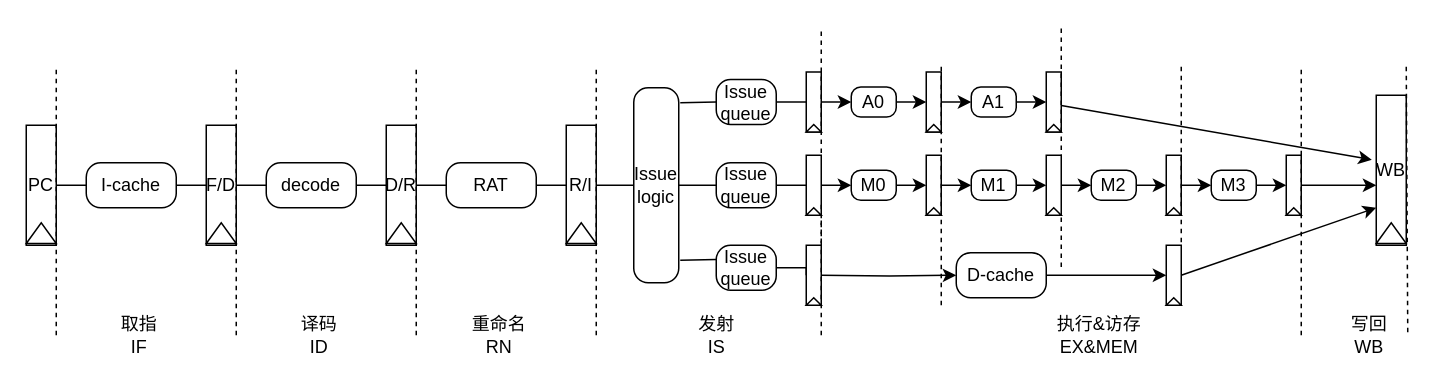
Earlier version of the draw.io diagram page "6-11" (5 of 6) of directory/流水线.drawio (lllwwwooo/draw.io). Source tidied: cells renumbered, new cells numbered last; positions are measured from the earlier drawing's top-left corner, leaving out a move shared by most shapes. Both pictures are drawn from the tidied source at 150%, with x=0, y=0 at pixel (26, 26).
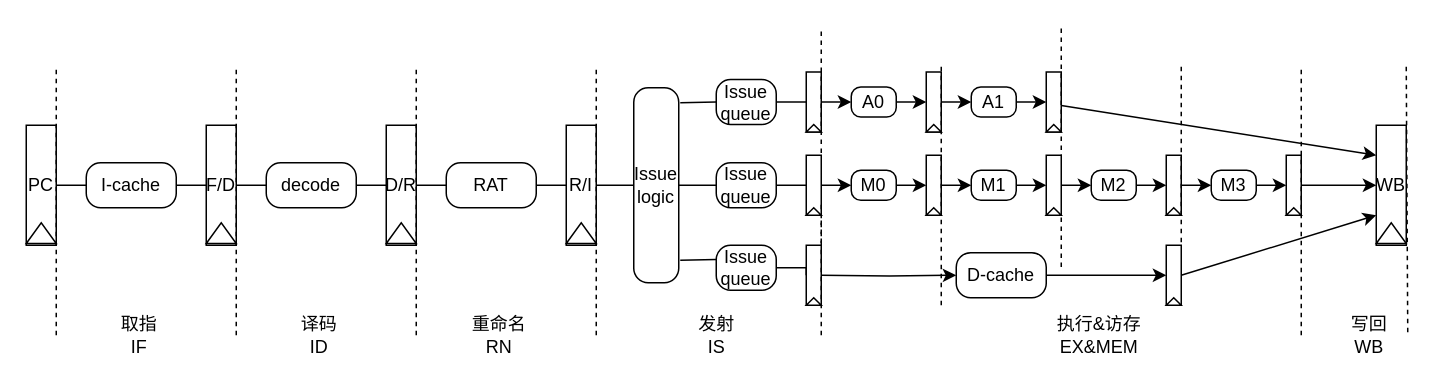
After the change.

The change refers to these unchanged cells:
```xml
<mxCell id="63" style="rounded=0;whiteSpace=wrap;html=1;" parent="62" vertex="1">
  <mxGeometry width="10" height="40" as="geometry" />
</mxCell>
<mxCell id="72" style="group;" parent="1" vertex="1">
  <mxGeometry x="900" y="66" width="20" height="80" as="geometry" />
</mxCell>
```

Diff of the diagram source:
```diff
@@
-    <mxCell id="70" style="rounded=0;jettySize=auto;html=1;exitX=1;exitY=0.5;exitDx=0;exitDy=0;entryX=-0.149;entryY=0.43;entryDx=0;entryDy=0;entryPerimeter=0;" parent="1" edge="1" target="73">
+    <mxCell id="70" style="rounded=0;jettySize=auto;html=1;exitX=1;exitY=0.5;exitDx=0;exitDy=0;entryX=0;entryY=0.25;entryDx=0;entryDy=0;" parent="1" edge="1" target="73">
       <mxGeometry relative="1" as="geometry">
         <mxPoint x="690" y="52.8" as="sourcePoint" />
       </mxGeometry>
     </mxCell>
-    <mxCell id="71" style="rounded=0;jettySize=auto;html=1;exitX=1;exitY=0.5;exitDx=0;exitDy=0;entryX=0.001;entryY=0.6;entryDx=0;entryDy=0;entryPerimeter=0;" parent="1" edge="1" source="63" target="73">
-      <mxGeometry relative="1" as="geometry" />
+    <mxCell id="71" style="rounded=0;jettySize=auto;html=1;exitX=1;exitY=0.5;exitDx=0;exitDy=0;" parent="1" edge="1" source="63">
+      <mxGeometry relative="1" as="geometry">
+        <mxPoint x="900" y="106" as="targetPoint" />
+      </mxGeometry>
     </mxCell>
@@
     <mxCell id="73" value="WB" style="rounded=0;whiteSpace=wrap;html=1;" parent="72" vertex="1">
-      <mxGeometry y="-20" width="20" height="100" as="geometry" />
+      <mxGeometry width="20" height="80" as="geometry" />
     </mxCell>
```
